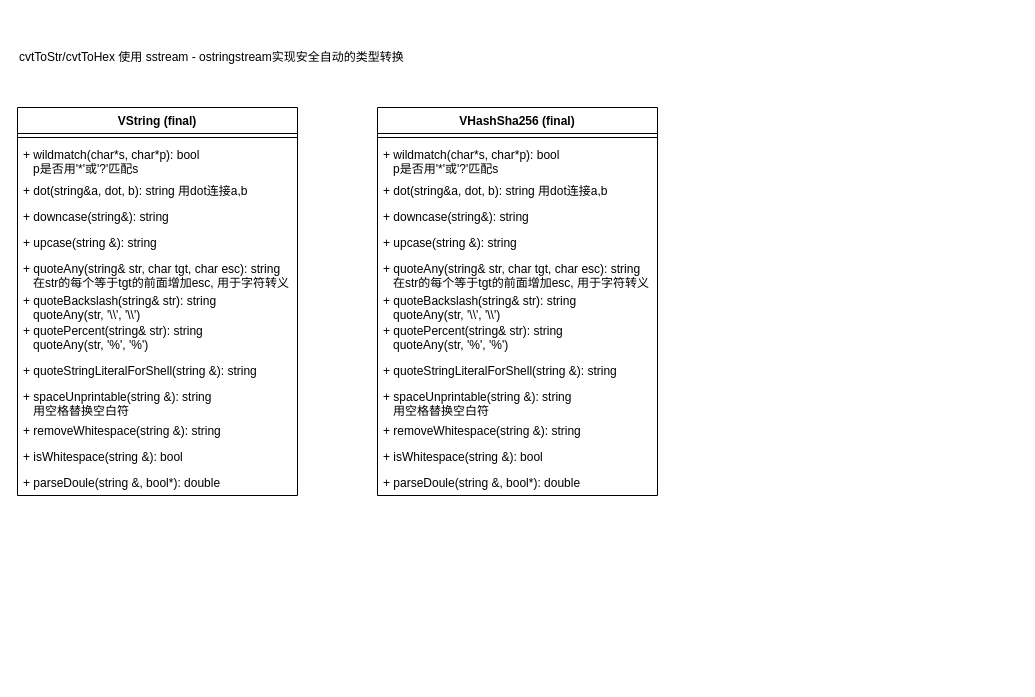
The draw.io diagram verilator_digrams/V3String.drawio in Dercury/CLDK, before the edit. Source tidied: cells renumbered, new cells numbered last; positions are measured from the earlier drawing's top-left corner, leaving out a move shared by most shapes. Both pictures are drawn from the tidied source at 100%, with x=0, y=0 at pixel (17, 17).
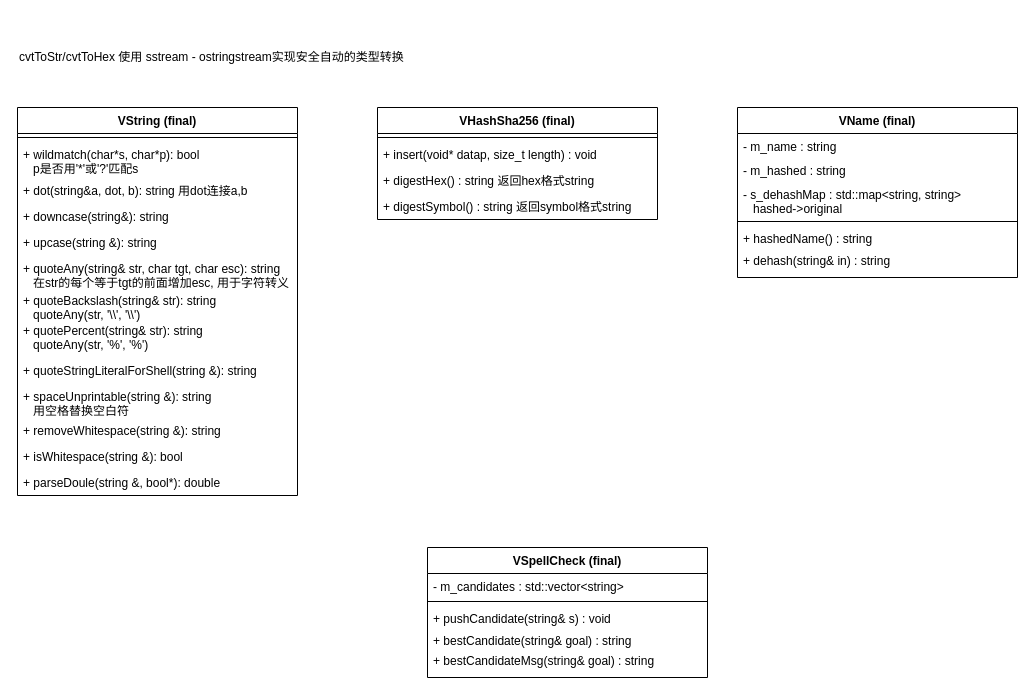
The same page after the edit.

Change to the diagram source:
```diff
@@
     <mxCell id="17" value="VHashSha256 (final)" style="swimlane;fontStyle=1;align=center;verticalAlign=top;horizontal=1;startSize=26;" parent="1" vertex="1">
-      <mxGeometry x="360" y="90" width="280" height="388" as="geometry" />
+      <mxGeometry x="360" y="90" width="280" height="112" as="geometry" />
     </mxCell>
@@
-    <mxCell id="19" value="+ wildmatch(char*s, char*p): bool&#10;   p是否用'*'或'?'匹配s" style="text;strokeColor=none;fillColor=none;align=left;verticalAlign=top;spacingLeft=4;spacingRight=4;overflow=hidden;" parent="17" vertex="1">
-      <mxGeometry y="34" width="280" height="36" as="geometry" />
-    </mxCell>
-    <mxCell id="20" value="+ dot(string&amp;a, dot, b): string 用dot连接a,b" style="text;strokeColor=none;fillColor=none;align=left;verticalAlign=top;spacingLeft=4;spacingRight=4;overflow=hidden;" parent="17" vertex="1">
-      <mxGeometry y="70" width="280" height="26" as="geometry" />
-    </mxCell>
-    <mxCell id="21" value="+ downcase(string&amp;): string" style="text;strokeColor=none;fillColor=none;align=left;verticalAlign=top;spacingLeft=4;spacingRight=4;overflow=hidden;" parent="17" vertex="1">
-      <mxGeometry y="96" width="280" height="26" as="geometry" />
-    </mxCell>
-    <mxCell id="22" value="+ upcase(string &amp;): string" style="text;strokeColor=none;fillColor=none;align=left;verticalAlign=top;spacingLeft=4;spacingRight=4;overflow=hidden;" parent="17" vertex="1">
-      <mxGeometry y="122" width="280" height="26" as="geometry" />
-    </mxCell>
-    <mxCell id="23" value="+ quoteAny(string&amp; str, char tgt, char esc): string&#10;   在str的每个等于tgt的前面增加esc, 用于字符转义" style="text;strokeColor=none;fillColor=none;align=left;verticalAlign=top;spacingLeft=4;spacingRight=4;overflow=hidden;" parent="17" vertex="1">
-      <mxGeometry y="148" width="280" height="32" as="geometry" />
-    </mxCell>
-    <mxCell id="24" value="+ quoteBackslash(string&amp; str): string&#10;   quoteAny(str, '\\', '\\')" style="text;strokeColor=none;fillColor=none;align=left;verticalAlign=top;spacingLeft=4;spacingRight=4;overflow=hidden;" parent="17" vertex="1">
-      <mxGeometry y="180" width="280" height="30" as="geometry" />
+    <mxCell id="24" value="+ insert(void* datap, size_t length) : void" style="text;strokeColor=none;fillColor=none;align=left;verticalAlign=top;spacingLeft=4;spacingRight=4;overflow=hidden;" parent="17" vertex="1">
+      <mxGeometry y="34" width="280" height="26" as="geometry" />
     </mxCell>
-    <mxCell id="25" value="+ quotePercent(string&amp; str): string&#10;   quoteAny(str, '%', '%')" style="text;strokeColor=none;fillColor=none;align=left;verticalAlign=top;spacingLeft=4;spacingRight=4;overflow=hidden;fontStyle=0;" parent="17" vertex="1">
-      <mxGeometry y="210" width="280" height="40" as="geometry" />
-    </mxCell>
-    <mxCell id="26" value="+ quoteStringLiteralForShell(string &amp;): string" style="text;strokeColor=none;fillColor=none;align=left;verticalAlign=top;spacingLeft=4;spacingRight=4;overflow=hidden;" parent="17" vertex="1">
-      <mxGeometry y="250" width="280" height="26" as="geometry" />
-    </mxCell>
-    <mxCell id="27" value="+ spaceUnprintable(string &amp;): string&#10;   用空格替换空白符" style="text;strokeColor=none;fillColor=none;align=left;verticalAlign=top;spacingLeft=4;spacingRight=4;overflow=hidden;" parent="17" vertex="1">
-      <mxGeometry y="276" width="280" height="34" as="geometry" />
-    </mxCell>
-    <mxCell id="28" value="+ removeWhitespace(string &amp;): string" style="text;strokeColor=none;fillColor=none;align=left;verticalAlign=top;spacingLeft=4;spacingRight=4;overflow=hidden;" parent="17" vertex="1">
-      <mxGeometry y="310" width="280" height="26" as="geometry" />
-    </mxCell>
-    <mxCell id="29" value="+ isWhitespace(string &amp;): bool" style="text;strokeColor=none;fillColor=none;align=left;verticalAlign=top;spacingLeft=4;spacingRight=4;overflow=hidden;" parent="17" vertex="1">
-      <mxGeometry y="336" width="280" height="26" as="geometry" />
-    </mxCell>
-    <mxCell id="30" value="+ parseDoule(string &amp;, bool*): double" style="text;strokeColor=none;fillColor=none;align=left;verticalAlign=top;spacingLeft=4;spacingRight=4;overflow=hidden;" parent="17" vertex="1">
-      <mxGeometry y="362" width="280" height="26" as="geometry" />
-    </mxCell>
+    <mxCell id="31" value="+ digestHex() : string 返回hex格式string" style="text;strokeColor=none;fillColor=none;align=left;verticalAlign=top;spacingLeft=4;spacingRight=4;overflow=hidden;" parent="17" vertex="1">
+      <mxGeometry y="60" width="280" height="26" as="geometry" />
+    </mxCell>
+    <mxCell id="32" value="+ digestSymbol() : string 返回symbol格式string" style="text;strokeColor=none;fillColor=none;align=left;verticalAlign=top;spacingLeft=4;spacingRight=4;overflow=hidden;" parent="17" vertex="1">
+      <mxGeometry y="86" width="280" height="26" as="geometry" />
+    </mxCell>
+    <mxCell id="33" value="VName (final)" style="swimlane;fontStyle=1;align=center;verticalAlign=top;horizontal=1;startSize=26;" parent="1" vertex="1">
+      <mxGeometry x="720" y="90" width="280" height="170" as="geometry" />
+    </mxCell>
+    <mxCell id="34" value="- m_name : string" style="text;strokeColor=none;fillColor=none;align=left;verticalAlign=top;spacingLeft=4;spacingRight=4;overflow=hidden;" parent="33" vertex="1">
+      <mxGeometry y="26" width="280" height="24" as="geometry" />
+    </mxCell>
+    <mxCell id="35" value="- m_hashed : string" style="text;strokeColor=none;fillColor=none;align=left;verticalAlign=top;spacingLeft=4;spacingRight=4;overflow=hidden;" parent="33" vertex="1">
+      <mxGeometry y="50" width="280" height="24" as="geometry" />
+    </mxCell>
+    <mxCell id="36" value="- s_dehashMap : std::map&lt;string, string&gt; &#10;   hashed-&gt;original" style="text;strokeColor=none;fillColor=none;align=left;verticalAlign=top;spacingLeft=4;spacingRight=4;overflow=hidden;" parent="33" vertex="1">
+      <mxGeometry y="74" width="280" height="36" as="geometry" />
+    </mxCell>
+    <mxCell id="37" style="line;strokeWidth=1;fillColor=none;align=left;verticalAlign=middle;spacingTop=-1;spacingLeft=3;spacingRight=3;labelPosition=right;" parent="33" vertex="1">
+      <mxGeometry y="110" width="280" height="8" as="geometry" />
+    </mxCell>
+    <mxCell id="38" value="+ hashedName() : string" style="text;strokeColor=none;fillColor=none;align=left;verticalAlign=top;spacingLeft=4;spacingRight=4;overflow=hidden;" parent="33" vertex="1">
+      <mxGeometry y="118" width="280" height="22" as="geometry" />
+    </mxCell>
+    <mxCell id="39" value="+ dehash(string&amp; in) : string" style="text;strokeColor=none;fillColor=none;align=left;verticalAlign=top;spacingLeft=4;spacingRight=4;overflow=hidden;" parent="33" vertex="1">
+      <mxGeometry y="140" width="280" height="30" as="geometry" />
+    </mxCell>
+    <mxCell id="40" value="VSpellCheck (final)" style="swimlane;fontStyle=1;align=center;verticalAlign=top;horizontal=1;startSize=26;" parent="1" vertex="1">
+      <mxGeometry x="410" y="530" width="280" height="130" as="geometry" />
+    </mxCell>
+    <mxCell id="41" value="- m_candidates : std::vector&lt;string&gt;" style="text;strokeColor=none;fillColor=none;align=left;verticalAlign=top;spacingLeft=4;spacingRight=4;overflow=hidden;" parent="40" vertex="1">
+      <mxGeometry y="26" width="280" height="24" as="geometry" />
+    </mxCell>
+    <mxCell id="42" style="line;strokeWidth=1;fillColor=none;align=left;verticalAlign=middle;spacingTop=-1;spacingLeft=3;spacingRight=3;labelPosition=right;" parent="40" vertex="1">
+      <mxGeometry y="50" width="280" height="8" as="geometry" />
+    </mxCell>
+    <mxCell id="43" value="+ pushCandidate(string&amp; s) : void" style="text;strokeColor=none;fillColor=none;align=left;verticalAlign=top;spacingLeft=4;spacingRight=4;overflow=hidden;" parent="40" vertex="1">
+      <mxGeometry y="58" width="280" height="22" as="geometry" />
+    </mxCell>
+    <mxCell id="44" value="+ bestCandidate(string&amp; goal) : string" style="text;strokeColor=none;fillColor=none;align=left;verticalAlign=top;spacingLeft=4;spacingRight=4;overflow=hidden;" parent="40" vertex="1">
+      <mxGeometry y="80" width="280" height="20" as="geometry" />
+    </mxCell>
+    <mxCell id="45" value="+ bestCandidateMsg(string&amp; goal) : string" style="text;strokeColor=none;fillColor=none;align=left;verticalAlign=top;spacingLeft=4;spacingRight=4;overflow=hidden;" parent="40" vertex="1">
+      <mxGeometry y="100" width="280" height="30" as="geometry" />
+    </mxCell>
```
